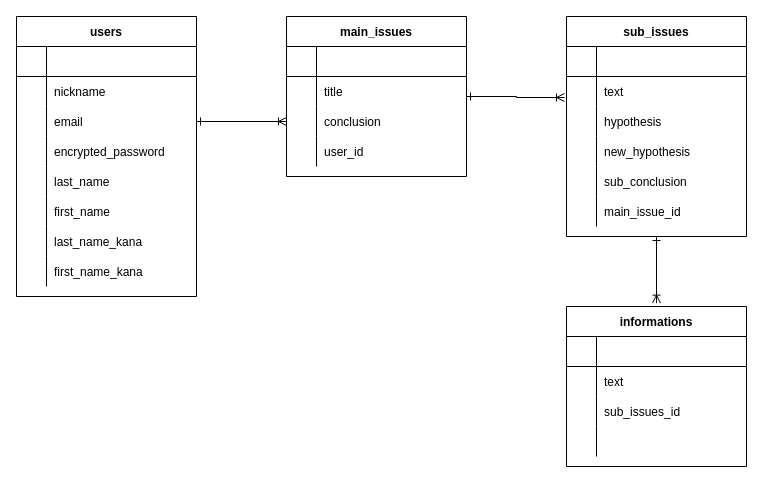
The draw.io diagram ER.dio in omokun/problem_solving_app, before the edit. Source tidied: cells renumbered, new cells numbered last; positions are measured from the earlier drawing's top-left corner, leaving out a move shared by most shapes. Both pictures are drawn from the tidied source at 100%, with x=0, y=0 at pixel (16, 16).
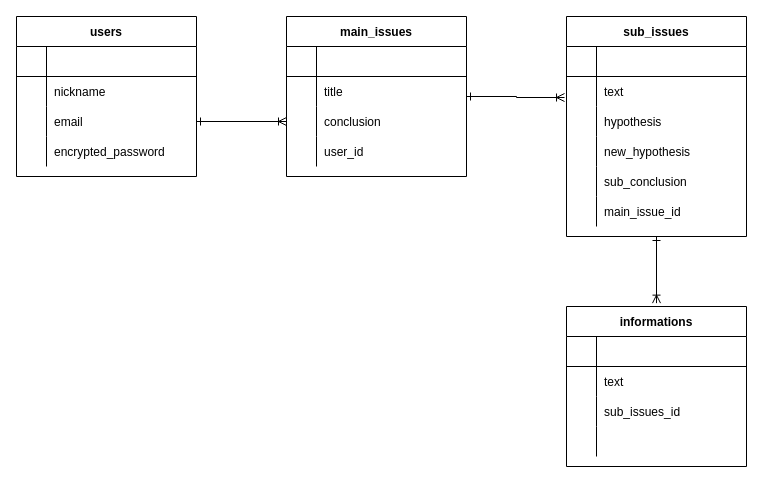
After the change.

Change to the diagram source:
```diff
@@
     <mxCell id="2" value="users" style="shape=table;startSize=30;childLayout=tableLayout;rowLines=0;fontStyle=1;align=center;" parent="1" vertex="1">
-      <mxGeometry width="180" height="280" as="geometry" />
+      <mxGeometry width="180" height="160" as="geometry" />
     </mxCell>
@@
-    <mxCell id="15" style="shape=partialRectangle;fillColor=none;top=0;left=0;bottom=0;right=0;" parent="2" vertex="1">
-      <mxGeometry y="150" width="180" height="30" as="geometry" />
-    </mxCell>
-    <mxCell id="16" style="shape=partialRectangle;fillColor=none;top=0;left=0;bottom=0;right=0;overflow=hidden;" parent="15" vertex="1">
-      <mxGeometry width="30" height="30" as="geometry" />
-    </mxCell>
-    <mxCell id="17" value="last_name" style="shape=partialRectangle;fillColor=none;top=0;left=0;bottom=0;right=0;align=left;spacingLeft=6;overflow=hidden;" parent="15" vertex="1">
-      <mxGeometry x="30" width="150" height="30" as="geometry" />
-    </mxCell>
-    <mxCell id="18" style="shape=partialRectangle;fillColor=none;top=0;left=0;bottom=0;right=0;" parent="2" vertex="1">
-      <mxGeometry y="180" width="180" height="30" as="geometry" />
-    </mxCell>
-    <mxCell id="19" style="shape=partialRectangle;fillColor=none;top=0;left=0;bottom=0;right=0;overflow=hidden;" parent="18" vertex="1">
-      <mxGeometry width="30" height="30" as="geometry" />
-    </mxCell>
-    <mxCell id="20" value="first_name" style="shape=partialRectangle;fillColor=none;top=0;left=0;bottom=0;right=0;align=left;spacingLeft=6;overflow=hidden;" parent="18" vertex="1">
-      <mxGeometry x="30" width="150" height="30" as="geometry" />
-    </mxCell>
-    <mxCell id="21" style="shape=partialRectangle;fillColor=none;top=0;left=0;bottom=0;right=0;" parent="2" vertex="1">
-      <mxGeometry y="210" width="180" height="30" as="geometry" />
-    </mxCell>
-    <mxCell id="22" style="shape=partialRectangle;fillColor=none;top=0;left=0;bottom=0;right=0;overflow=hidden;" parent="21" vertex="1">
-      <mxGeometry width="30" height="30" as="geometry" />
-    </mxCell>
-    <mxCell id="23" value="last_name_kana" style="shape=partialRectangle;fillColor=none;top=0;left=0;bottom=0;right=0;align=left;spacingLeft=6;overflow=hidden;" parent="21" vertex="1">
-      <mxGeometry x="30" width="150" height="30" as="geometry" />
-    </mxCell>
-    <mxCell id="24" style="shape=partialRectangle;fillColor=none;top=0;left=0;bottom=0;right=0;" parent="2" vertex="1">
-      <mxGeometry y="240" width="180" height="30" as="geometry" />
-    </mxCell>
-    <mxCell id="25" style="shape=partialRectangle;fillColor=none;top=0;left=0;bottom=0;right=0;overflow=hidden;" parent="24" vertex="1">
-      <mxGeometry width="30" height="30" as="geometry" />
-    </mxCell>
-    <mxCell id="26" value="first_name_kana" style="shape=partialRectangle;fillColor=none;top=0;left=0;bottom=0;right=0;align=left;spacingLeft=6;overflow=hidden;" parent="24" vertex="1">
-      <mxGeometry x="30" width="150" height="30" as="geometry" />
-    </mxCell>
```
